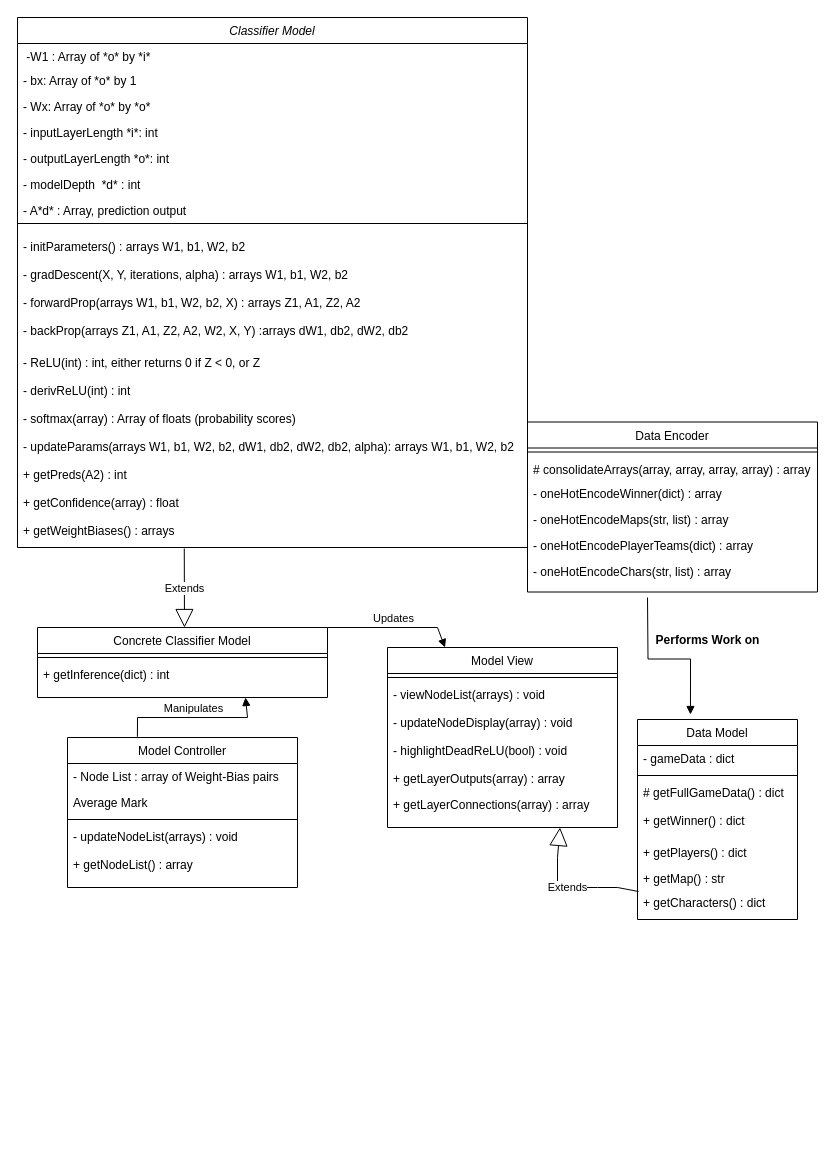
Before: Class Diagram.drawio in WolfWindOW/ValNet, a draw.io diagram. Source tidied: cells renumbered, new cells numbered last; positions are measured from the earlier drawing's top-left corner, leaving out a move shared by most shapes. Both pictures are drawn from the tidied source at 100%, with x=0, y=0 at pixel (17, 17).
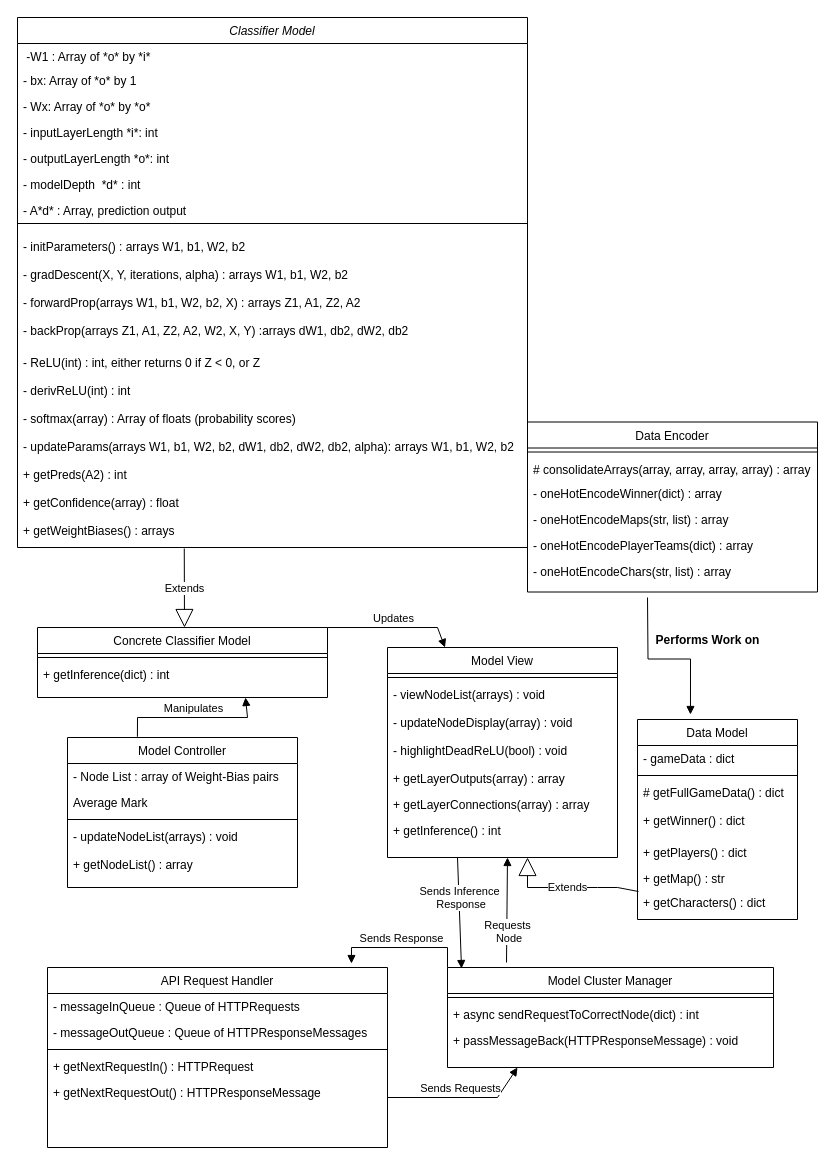
After the change.

The change refers to these unchanged cells:
```xml
<mxCell id="40" value="+ getMap() : str" style="text;align=left;verticalAlign=top;spacingLeft=4;spacingRight=4;overflow=hidden;points=[[0,0.5],[1,0.5]];portConstraint=eastwest;" parent="35" vertex="1">
  <mxGeometry y="146" width="160" height="24" as="geometry" />
</mxCell>
```

What changed in the source:
```diff
@@
     <mxCell id="42" value="Model View" style="swimlane;fontStyle=0;align=center;verticalAlign=top;horizontal=1;startSize=26;rounded=0;shadow=0;strokeWidth=1;" parent="1" vertex="1">
-      <mxGeometry x="370" y="630" width="230" height="180" as="geometry" />
+      <mxGeometry x="370" y="630" width="230" height="210" as="geometry" />
     </mxCell>
@@
+    <mxCell id="58" value="+ getInference() : int" style="text;align=left;verticalAlign=top;spacingLeft=4;spacingRight=4;overflow=hidden;" parent="42" vertex="1">
+      <mxGeometry y="170" width="230" height="26" as="geometry" />
+    </mxCell>
@@
-    <mxCell id="56" value="Extends" style="endArrow=block;endSize=16;endFill=0;html=1;rounded=0;entryX=0.75;entryY=1;entryDx=0;entryDy=0;exitX=0.006;exitY=1.083;exitDx=0;exitDy=0;exitPerimeter=0;" parent="1" edge="1" source="40" target="42">
+    <mxCell id="56" value="Extends" style="endArrow=block;endSize=16;endFill=0;html=1;rounded=0;exitX=0.006;exitY=1.083;exitDx=0;exitDy=0;exitPerimeter=0;" parent="1" edge="1" source="40">
       <mxGeometry relative="1" as="geometry">
+        <mxPoint x="510" y="840" as="targetPoint" />
         <Array as="points">
           <mxPoint x="600" y="870" />
           <mxPoint x="580" y="870" />
           <mxPoint x="540" y="870" />
-          <mxPoint x="540" y="840" />
+          <mxPoint x="510" y="870" />
         </Array>
       </mxGeometry>
     </mxCell>
@@
+    <mxCell id="59" value="API Request Handler" style="swimlane;fontStyle=0;align=center;verticalAlign=top;horizontal=1;startSize=26;rounded=0;shadow=0;strokeWidth=1;" parent="1" vertex="1">
+      <mxGeometry x="30" y="950" width="340" height="180" as="geometry" />
+    </mxCell>
+    <mxCell id="60" value="- messageInQueue : Queue of HTTPRequests" style="text;align=left;verticalAlign=top;spacingLeft=4;spacingRight=4;overflow=hidden;" parent="59" vertex="1">
+      <mxGeometry y="26" width="340" height="26" as="geometry" />
+    </mxCell>
+    <mxCell id="61" value="- messageOutQueue : Queue of HTTPResponseMessages" style="text;align=left;verticalAlign=top;spacingLeft=4;spacingRight=4;overflow=hidden;" parent="59" vertex="1">
+      <mxGeometry y="52" width="340" height="26" as="geometry" />
+    </mxCell>
+    <mxCell id="62" style="line;html=1;strokeWidth=1;align=left;verticalAlign=middle;spacingTop=-1;spacingLeft=3;spacingRight=3;labelPosition=right;" parent="59" vertex="1">
+      <mxGeometry y="78" width="340" height="8" as="geometry" />
+    </mxCell>
+    <mxCell id="63" value="+ getNextRequestIn() : HTTPRequest" style="text;align=left;verticalAlign=top;spacingLeft=4;spacingRight=4;overflow=hidden;" parent="59" vertex="1">
+      <mxGeometry y="86" width="340" height="26" as="geometry" />
+    </mxCell>
+    <mxCell id="64" value="+ getNextRequestOut() : HTTPResponseMessage" style="text;align=left;verticalAlign=top;spacingLeft=4;spacingRight=4;overflow=hidden;" parent="59" vertex="1">
+      <mxGeometry y="112" width="340" height="26" as="geometry" />
+    </mxCell>
+    <mxCell id="65" value="Model Cluster Manager" style="swimlane;fontStyle=0;align=center;verticalAlign=top;horizontal=1;startSize=26;rounded=0;shadow=0;strokeWidth=1;" parent="1" vertex="1">
+      <mxGeometry x="430" y="950" width="326" height="100" as="geometry" />
+    </mxCell>
+    <mxCell id="66" style="line;html=1;strokeWidth=1;align=left;verticalAlign=middle;spacingTop=-1;spacingLeft=3;spacingRight=3;labelPosition=right;" parent="65" vertex="1">
+      <mxGeometry y="26" width="326" height="8" as="geometry" />
+    </mxCell>
+    <mxCell id="67" value="+ async sendRequestToCorrectNode(dict) : int" style="text;align=left;verticalAlign=top;spacingLeft=4;spacingRight=4;overflow=hidden;" parent="65" vertex="1">
+      <mxGeometry y="34" width="326" height="26" as="geometry" />
+    </mxCell>
+    <mxCell id="68" value="+ passMessageBack(HTTPResponseMessage) : void" style="text;align=left;verticalAlign=top;spacingLeft=4;spacingRight=4;overflow=hidden;" parent="65" vertex="1">
+      <mxGeometry y="60" width="326" height="26" as="geometry" />
+    </mxCell>
+    <mxCell id="69" value="Sends Requests" style="html=1;verticalAlign=bottom;endArrow=block;curved=0;rounded=0;exitX=1;exitY=0;exitDx=0;exitDy=0;" parent="1" edge="1">
+      <mxGeometry relative="1" as="geometry">
+        <mxPoint x="370" y="1080" as="sourcePoint" />
+        <mxPoint x="500" y="1050" as="targetPoint" />
+        <Array as="points">
+          <mxPoint x="480" y="1080" />
+        </Array>
+      </mxGeometry>
+    </mxCell>
+    <mxCell id="70" value="&lt;div&gt;Requests&lt;/div&gt;&amp;nbsp;Node" style="html=1;verticalAlign=bottom;endArrow=block;curved=0;rounded=0;exitX=0.181;exitY=-0.05;exitDx=0;exitDy=0;exitPerimeter=0;" parent="1" edge="1" source="65">
+      <mxGeometry x="-0.71" y="-1" relative="1" as="geometry">
+        <mxPoint x="490" y="840" as="targetPoint" />
+      </mxGeometry>
+    </mxCell>
+    <mxCell id="71" value="&lt;div&gt;Sends Response&lt;/div&gt;" style="html=1;verticalAlign=bottom;endArrow=block;curved=0;rounded=0;exitX=0;exitY=0;exitDx=0;exitDy=0;entryX=0.894;entryY=-0.022;entryDx=0;entryDy=0;entryPerimeter=0;" parent="1" edge="1" source="65" target="59">
+      <mxGeometry relative="1" as="geometry">
+        <Array as="points">
+          <mxPoint x="430" y="930" />
+          <mxPoint x="334" y="930" />
+        </Array>
+      </mxGeometry>
+    </mxCell>
+    <mxCell id="72" value="&lt;div&gt;Sends Inference&lt;/div&gt;&lt;div&gt;&amp;nbsp;Response&lt;/div&gt;" style="html=1;verticalAlign=bottom;endArrow=block;curved=0;rounded=0;entryX=0.043;entryY=0.01;entryDx=0;entryDy=0;entryPerimeter=0;" parent="1" edge="1" target="65">
+      <mxGeometry relative="1" as="geometry">
+        <mxPoint x="440" y="840" as="sourcePoint" />
+      </mxGeometry>
+    </mxCell>
```
